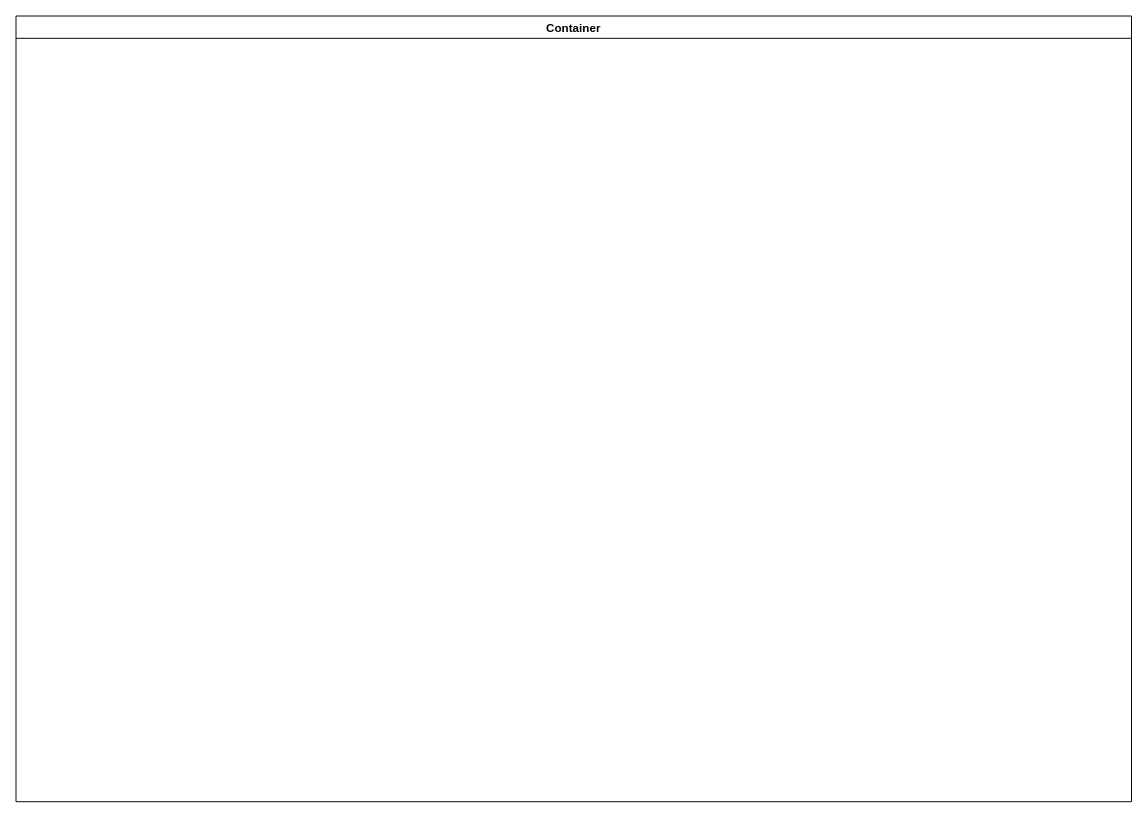
Above: LC-PROC-SUPPLIER PREQUALIFICATION.drawio in kmagua/flowcharts (draw.io), before the change. Source tidied: cells renumbered, new cells numbered last; positions are measured from the earlier drawing's top-left corner, leaving out a move shared by most shapes. Both pictures are drawn from the tidied source at 97%, with x=0, y=0 at pixel (16, 16).
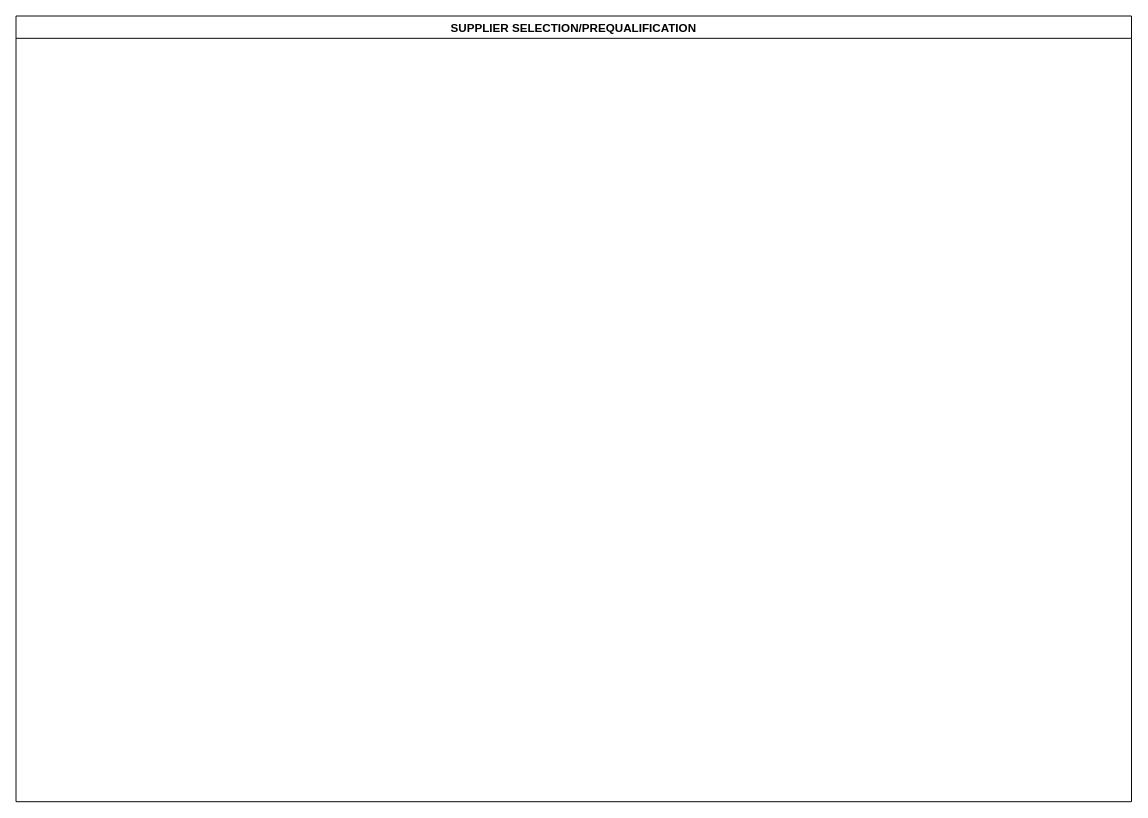
Above is the later version.

Change to the diagram source:
```diff
@@
 <mxGraphModel>
   <root>
     <mxCell id="0" />
     <mxCell id="1" parent="0" />
-    <mxCell id="2" value="Container" style="swimlane;" parent="1" vertex="1">
+    <mxCell id="2" value="SUPPLIER SELECTION/PREQUALIFICATION" style="swimlane;" parent="1" vertex="1">
       <mxGeometry width="1150" height="810" as="geometry" />
     </mxCell>
   </root>
 </mxGraphModel>
```
